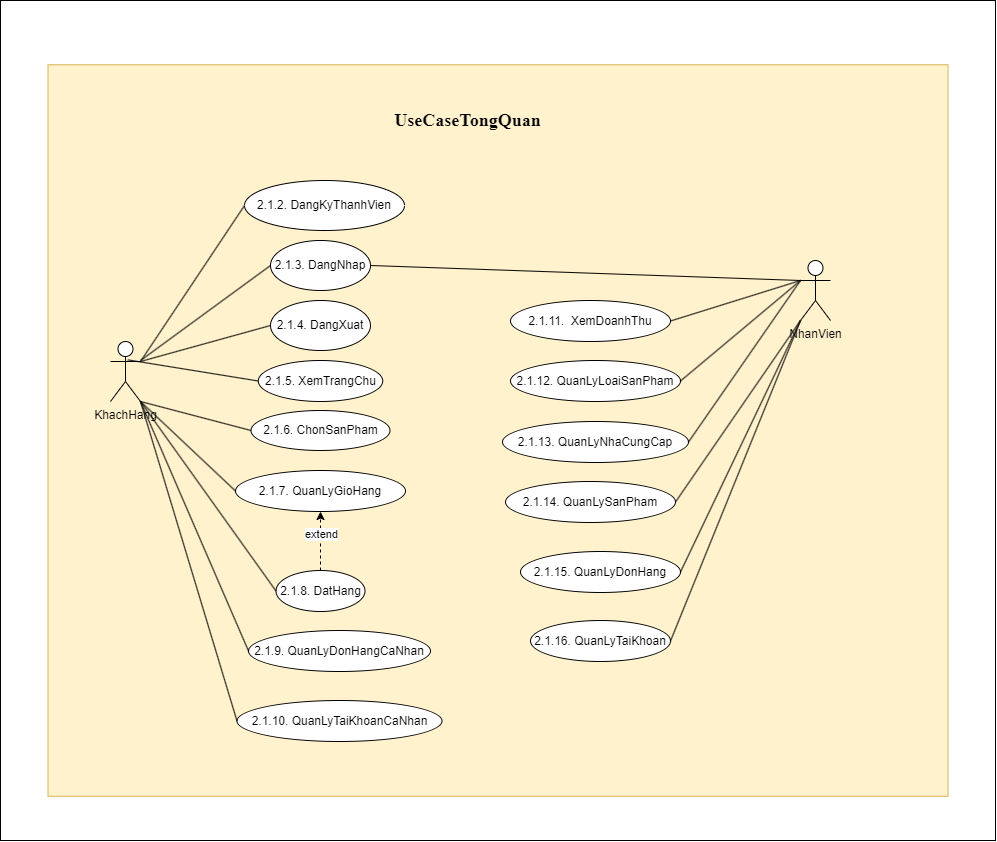
The draw.io diagram design-Vegana/UseCasePNG/UseCaseTongQuan.drawio.png in KhaiHASO/Vegana, before a commit. Source tidied: cells renumbered, new cells last; positions are measured from the earlier drawing's top-left corner, leaving out a move shared by most shapes. Its diagram source:
```xml
<mxGraphModel>
  <root>
    <mxCell id="0" />
    <mxCell id="1" parent="0" />
    <mxCell id="2" style="rounded=0;whiteSpace=wrap;html=1;" parent="1" vertex="1">
      <mxGeometry width="995" height="840" as="geometry" />
    </mxCell>
    <mxCell id="3" style="rounded=0;whiteSpace=wrap;html=1;fillColor=#fff2cc;strokeColor=#d6b656;" parent="1" vertex="1">
      <mxGeometry x="47.5" y="64.2" width="900" height="731.5" as="geometry" />
    </mxCell>
    <mxCell id="4" value="KhachHang" style="shape=umlActor;verticalLabelPosition=bottom;verticalAlign=top;html=1;labelBackgroundColor=none;rounded=0;" parent="1" vertex="1">
      <mxGeometry x="110" y="341" width="30" height="60" as="geometry" />
    </mxCell>
    <mxCell id="5" value="NhanVien" style="shape=umlActor;verticalLabelPosition=bottom;verticalAlign=top;html=1;labelBackgroundColor=none;rounded=0;" parent="1" vertex="1">
      <mxGeometry x="800" y="260" width="30" height="60" as="geometry" />
    </mxCell>
    <mxCell id="6" value="2.1.3. DangNhap" style="ellipse;whiteSpace=wrap;html=1;labelBackgroundColor=none;rounded=0;" parent="1" vertex="1">
      <mxGeometry x="270" y="240" width="100" height="50" as="geometry" />
    </mxCell>
    <mxCell id="7" value="2.1.2. DangKyThanhVien" style="ellipse;whiteSpace=wrap;html=1;labelBackgroundColor=none;rounded=0;" parent="1" vertex="1">
      <mxGeometry x="244" y="180" width="160" height="50" as="geometry" />
    </mxCell>
    <mxCell id="8" style="endArrow=none;html=1;rounded=0;entryX=0;entryY=0.5;entryDx=0;entryDy=0;labelBackgroundColor=none;fontColor=default;" parent="1" edge="1" source="4" target="6">
      <mxGeometry relative="1" as="geometry" />
    </mxCell>
    <mxCell id="9" value="2.1.9. QuanLyDonHangCaNhan" style="ellipse;whiteSpace=wrap;html=1;direction=west;flipH=1;flipV=1;labelBackgroundColor=none;rounded=0;" parent="1" vertex="1">
      <mxGeometry x="248" y="630" width="182" height="41" as="geometry" />
    </mxCell>
    <mxCell id="10" value="2.1.10. QuanLyTaiKhoanCaNhan" style="ellipse;whiteSpace=wrap;html=1;direction=west;flipH=1;flipV=1;labelBackgroundColor=none;rounded=0;" parent="1" vertex="1">
      <mxGeometry x="236.5" y="700" width="205" height="41" as="geometry" />
    </mxCell>
    <mxCell id="11" value="2.1.5. XemTrangChu" style="ellipse;whiteSpace=wrap;html=1;direction=west;flipH=1;flipV=1;labelBackgroundColor=none;rounded=0;" parent="1" vertex="1">
      <mxGeometry x="257.8" y="360" width="124.5" height="41" as="geometry" />
    </mxCell>
    <mxCell id="12" value="2.1.6. ChonSanPham" style="ellipse;whiteSpace=wrap;html=1;direction=west;flipH=1;flipV=1;labelBackgroundColor=none;rounded=0;" parent="1" vertex="1">
      <mxGeometry x="250.5" y="410" width="139" height="40" as="geometry" />
    </mxCell>
    <mxCell id="13" style="edgeStyle=orthogonalEdgeStyle;rounded=0;jettySize=auto;html=1;exitX=0.5;exitY=1;exitDx=0;exitDy=0;entryX=0.5;entryY=0;entryDx=0;entryDy=0;dashed=1;" parent="1" edge="1" source="15" target="16">
      <mxGeometry relative="1" as="geometry" />
    </mxCell>
    <mxCell id="14" value="extend" style="edgeLabel;html=1;align=center;verticalAlign=middle;" parent="13" vertex="1">
      <mxGeometry x="0.24" relative="1" as="geometry" />
    </mxCell>
    <mxCell id="15" value="2.1.8. DatHang" style="ellipse;whiteSpace=wrap;html=1;direction=west;flipH=1;flipV=1;labelBackgroundColor=none;rounded=0;" parent="1" vertex="1">
      <mxGeometry x="275.5" y="570" width="89" height="41" as="geometry" />
    </mxCell>
    <mxCell id="16" value="2.1.7. QuanLyGioHang" style="ellipse;whiteSpace=wrap;html=1;direction=west;flipH=1;flipV=1;labelBackgroundColor=none;rounded=0;" parent="1" vertex="1">
      <mxGeometry x="235" y="470" width="170" height="41" as="geometry" />
    </mxCell>
    <mxCell id="17" value="2.1.12. QuanLyLoaiSanPham" style="ellipse;whiteSpace=wrap;html=1;direction=west;flipH=1;flipV=1;labelBackgroundColor=none;rounded=0;" parent="1" vertex="1">
      <mxGeometry x="510" y="360" width="170" height="41" as="geometry" />
    </mxCell>
    <mxCell id="18" value="2.1.13. QuanLyNhaCungCap" style="ellipse;whiteSpace=wrap;html=1;direction=west;flipH=1;flipV=1;labelBackgroundColor=none;rounded=0;" parent="1" vertex="1">
      <mxGeometry x="502" y="421" width="186" height="41" as="geometry" />
    </mxCell>
    <mxCell id="19" value="2.1.14. QuanLySanPham" style="ellipse;whiteSpace=wrap;html=1;direction=west;flipH=1;flipV=1;labelBackgroundColor=none;rounded=0;" parent="1" vertex="1">
      <mxGeometry x="505" y="481" width="170" height="41" as="geometry" />
    </mxCell>
    <mxCell id="20" value="2.1.15. QuanLyDonHang" style="ellipse;whiteSpace=wrap;html=1;direction=west;flipH=1;flipV=1;labelBackgroundColor=none;rounded=0;" parent="1" vertex="1">
      <mxGeometry x="520" y="551" width="160" height="41" as="geometry" />
    </mxCell>
    <mxCell id="21" value="2.1.16. QuanLyTaiKhoan" style="ellipse;whiteSpace=wrap;html=1;direction=west;flipH=1;flipV=1;labelBackgroundColor=none;rounded=0;" parent="1" vertex="1">
      <mxGeometry x="530" y="620" width="140" height="41" as="geometry" />
    </mxCell>
    <mxCell id="22" value="&lt;font face=&quot;Times New Roman&quot; size=&quot;1&quot; style=&quot;&quot;&gt;&lt;b style=&quot;font-size: 18px;&quot;&gt;UseCaseTongQuan&lt;/b&gt;&lt;/font&gt;" style="text;html=1;align=center;verticalAlign=middle;strokeColor=none;fillColor=none;labelBackgroundColor=none;rounded=0;" parent="1" vertex="1">
      <mxGeometry x="382.2" y="100" width="170" height="40" as="geometry" />
    </mxCell>
    <mxCell id="23" value="2.1.4. DangXuat" style="ellipse;whiteSpace=wrap;html=1;labelBackgroundColor=none;rounded=0;" parent="1" vertex="1">
      <mxGeometry x="270" y="300" width="100" height="50" as="geometry" />
    </mxCell>
    <mxCell id="24" value="2.1.11.&amp;nbsp; XemDoanhThu" style="ellipse;whiteSpace=wrap;html=1;direction=west;flipH=1;flipV=1;labelBackgroundColor=none;rounded=0;" parent="1" vertex="1">
      <mxGeometry x="510" y="300" width="160" height="41" as="geometry" />
    </mxCell>
    <mxCell id="25" style="endArrow=none;html=1;rounded=0;entryX=0;entryY=0.3333333333333333;entryDx=0;entryDy=0;entryPerimeter=0;exitX=1;exitY=0.5;exitDx=0;exitDy=0;" parent="1" edge="1" source="6" target="5">
      <mxGeometry relative="1" as="geometry" />
    </mxCell>
    <mxCell id="26" style="endArrow=none;html=1;rounded=0;entryX=0;entryY=0.5;entryDx=0;entryDy=0;exitX=1;exitY=0.3333333333333333;exitDx=0;exitDy=0;exitPerimeter=0;" parent="1" edge="1" source="4" target="23">
      <mxGeometry relative="1" as="geometry" />
    </mxCell>
    <mxCell id="27" style="endArrow=none;html=1;rounded=0;entryX=0;entryY=0.5;entryDx=0;entryDy=0;exitX=1;exitY=0.3333333333333333;exitDx=0;exitDy=0;exitPerimeter=0;" parent="1" edge="1" source="4" target="7">
      <mxGeometry relative="1" as="geometry" />
    </mxCell>
    <mxCell id="28" style="endArrow=none;html=1;rounded=0;entryX=1;entryY=0.5;entryDx=0;entryDy=0;exitX=0.575;exitY=0.306;exitDx=0;exitDy=0;exitPerimeter=0;" parent="1" edge="1" source="4" target="11">
      <mxGeometry relative="1" as="geometry" />
    </mxCell>
    <mxCell id="29" style="endArrow=none;html=1;rounded=0;entryX=1;entryY=0.5;entryDx=0;entryDy=0;exitX=1;exitY=1;exitDx=0;exitDy=0;exitPerimeter=0;" parent="1" edge="1" source="4" target="12">
      <mxGeometry relative="1" as="geometry" />
    </mxCell>
    <mxCell id="30" style="endArrow=none;html=1;rounded=0;entryX=1;entryY=0.5;entryDx=0;entryDy=0;exitX=1;exitY=1;exitDx=0;exitDy=0;exitPerimeter=0;" parent="1" edge="1" source="4" target="16">
      <mxGeometry relative="1" as="geometry" />
    </mxCell>
    <mxCell id="31" style="endArrow=none;html=1;rounded=0;entryX=1;entryY=0.5;entryDx=0;entryDy=0;exitX=1;exitY=1;exitDx=0;exitDy=0;exitPerimeter=0;" parent="1" edge="1" source="4" target="15">
      <mxGeometry relative="1" as="geometry" />
    </mxCell>
    <mxCell id="32" style="endArrow=none;html=1;rounded=0;entryX=1;entryY=0.5;entryDx=0;entryDy=0;exitX=1;exitY=1;exitDx=0;exitDy=0;exitPerimeter=0;" parent="1" edge="1" source="4" target="9">
      <mxGeometry relative="1" as="geometry" />
    </mxCell>
    <mxCell id="33" style="endArrow=none;html=1;rounded=0;entryX=1;entryY=0.5;entryDx=0;entryDy=0;exitX=1;exitY=1;exitDx=0;exitDy=0;exitPerimeter=0;" parent="1" edge="1" source="4" target="10">
      <mxGeometry relative="1" as="geometry" />
    </mxCell>
    <mxCell id="34" style="endArrow=none;html=1;rounded=0;entryX=0;entryY=0.3333333333333333;entryDx=0;entryDy=0;entryPerimeter=0;exitX=0;exitY=0.5;exitDx=0;exitDy=0;" parent="1" edge="1" source="24" target="5">
      <mxGeometry relative="1" as="geometry" />
    </mxCell>
    <mxCell id="35" style="endArrow=none;html=1;rounded=0;entryX=0;entryY=0.3333333333333333;entryDx=0;entryDy=0;entryPerimeter=0;exitX=0;exitY=0.5;exitDx=0;exitDy=0;" parent="1" edge="1" source="17" target="5">
      <mxGeometry relative="1" as="geometry" />
    </mxCell>
    <mxCell id="36" style="endArrow=none;html=1;rounded=0;entryX=0;entryY=0.3333333333333333;entryDx=0;entryDy=0;entryPerimeter=0;exitX=0;exitY=0.5;exitDx=0;exitDy=0;" parent="1" edge="1" source="18" target="5">
      <mxGeometry relative="1" as="geometry" />
    </mxCell>
    <mxCell id="37" style="endArrow=none;html=1;rounded=0;entryX=0;entryY=1;entryDx=0;entryDy=0;entryPerimeter=0;exitX=0;exitY=0.5;exitDx=0;exitDy=0;" parent="1" edge="1" source="19" target="5">
      <mxGeometry relative="1" as="geometry" />
    </mxCell>
    <mxCell id="38" style="endArrow=none;html=1;rounded=0;entryX=0;entryY=1;entryDx=0;entryDy=0;entryPerimeter=0;exitX=0;exitY=0.5;exitDx=0;exitDy=0;" parent="1" edge="1" source="20" target="5">
      <mxGeometry relative="1" as="geometry" />
    </mxCell>
    <mxCell id="39" style="endArrow=none;html=1;rounded=0;entryX=0;entryY=1;entryDx=0;entryDy=0;entryPerimeter=0;exitX=0;exitY=0.5;exitDx=0;exitDy=0;" parent="1" edge="1" source="21" target="5">
      <mxGeometry relative="1" as="geometry" />
    </mxCell>
  </root>
</mxGraphModel>
```
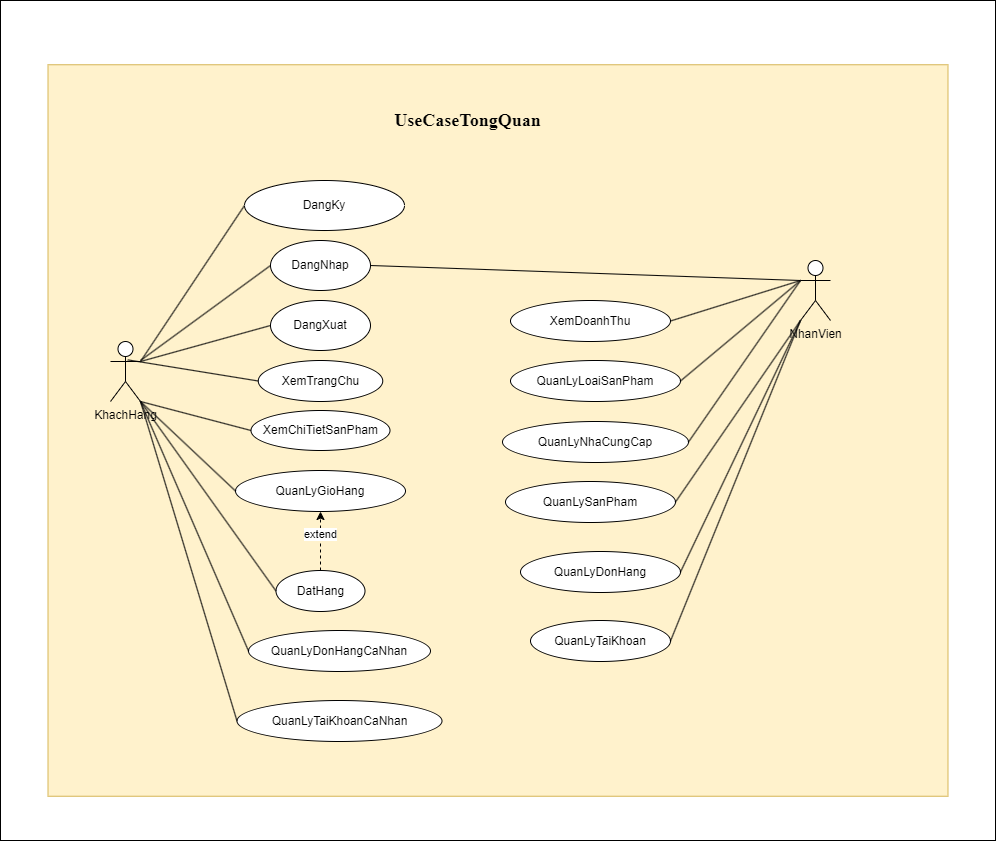
The same diagram one commit later.

Change to the diagram source:
```diff
@@ -14,25 +14,25 @@
     <mxCell id="5" value="NhanVien" style="shape=umlActor;verticalLabelPosition=bottom;verticalAlign=top;html=1;labelBackgroundColor=none;rounded=0;" parent="1" vertex="1">
       <mxGeometry x="800" y="260" width="30" height="60" as="geometry" />
     </mxCell>
-    <mxCell id="6" value="2.1.3. DangNhap" style="ellipse;whiteSpace=wrap;html=1;labelBackgroundColor=none;rounded=0;" parent="1" vertex="1">
+    <mxCell id="6" value="DangNhap" style="ellipse;whiteSpace=wrap;html=1;labelBackgroundColor=none;rounded=0;" parent="1" vertex="1">
       <mxGeometry x="270" y="240" width="100" height="50" as="geometry" />
     </mxCell>
-    <mxCell id="7" value="2.1.2. DangKyThanhVien" style="ellipse;whiteSpace=wrap;html=1;labelBackgroundColor=none;rounded=0;" parent="1" vertex="1">
+    <mxCell id="7" value="DangKy" style="ellipse;whiteSpace=wrap;html=1;labelBackgroundColor=none;rounded=0;" parent="1" vertex="1">
       <mxGeometry x="244" y="180" width="160" height="50" as="geometry" />
     </mxCell>
     <mxCell id="8" style="endArrow=none;html=1;rounded=0;entryX=0;entryY=0.5;entryDx=0;entryDy=0;labelBackgroundColor=none;fontColor=default;" parent="1" edge="1" source="4" target="6">
       <mxGeometry relative="1" as="geometry" />
     </mxCell>
-    <mxCell id="9" value="2.1.9. QuanLyDonHangCaNhan" style="ellipse;whiteSpace=wrap;html=1;direction=west;flipH=1;flipV=1;labelBackgroundColor=none;rounded=0;" parent="1" vertex="1">
+    <mxCell id="9" value="QuanLyDonHangCaNhan" style="ellipse;whiteSpace=wrap;html=1;direction=west;flipH=1;flipV=1;labelBackgroundColor=none;rounded=0;" parent="1" vertex="1">
       <mxGeometry x="248" y="630" width="182" height="41" as="geometry" />
     </mxCell>
-    <mxCell id="10" value="2.1.10. QuanLyTaiKhoanCaNhan" style="ellipse;whiteSpace=wrap;html=1;direction=west;flipH=1;flipV=1;labelBackgroundColor=none;rounded=0;" parent="1" vertex="1">
+    <mxCell id="10" value="QuanLyTaiKhoanCaNhan" style="ellipse;whiteSpace=wrap;html=1;direction=west;flipH=1;flipV=1;labelBackgroundColor=none;rounded=0;" parent="1" vertex="1">
       <mxGeometry x="236.5" y="700" width="205" height="41" as="geometry" />
     </mxCell>
-    <mxCell id="11" value="2.1.5. XemTrangChu" style="ellipse;whiteSpace=wrap;html=1;direction=west;flipH=1;flipV=1;labelBackgroundColor=none;rounded=0;" parent="1" vertex="1">
+    <mxCell id="11" value="XemTrangChu" style="ellipse;whiteSpace=wrap;html=1;direction=west;flipH=1;flipV=1;labelBackgroundColor=none;rounded=0;" parent="1" vertex="1">
       <mxGeometry x="257.8" y="360" width="124.5" height="41" as="geometry" />
     </mxCell>
-    <mxCell id="12" value="2.1.6. ChonSanPham" style="ellipse;whiteSpace=wrap;html=1;direction=west;flipH=1;flipV=1;labelBackgroundColor=none;rounded=0;" parent="1" vertex="1">
+    <mxCell id="12" value="XemChiTietSanPham" style="ellipse;whiteSpace=wrap;html=1;direction=west;flipH=1;flipV=1;labelBackgroundColor=none;rounded=0;" parent="1" vertex="1">
       <mxGeometry x="250.5" y="410" width="139" height="40" as="geometry" />
     </mxCell>
     <mxCell id="13" style="edgeStyle=orthogonalEdgeStyle;rounded=0;jettySize=auto;html=1;exitX=0.5;exitY=1;exitDx=0;exitDy=0;entryX=0.5;entryY=0;entryDx=0;entryDy=0;dashed=1;" parent="1" edge="1" source="15" target="16">
@@ -41,34 +41,34 @@
     <mxCell id="14" value="extend" style="edgeLabel;html=1;align=center;verticalAlign=middle;" parent="13" vertex="1">
       <mxGeometry x="0.24" relative="1" as="geometry" />
     </mxCell>
-    <mxCell id="15" value="2.1.8. DatHang" style="ellipse;whiteSpace=wrap;html=1;direction=west;flipH=1;flipV=1;labelBackgroundColor=none;rounded=0;" parent="1" vertex="1">
+    <mxCell id="15" value="DatHang" style="ellipse;whiteSpace=wrap;html=1;direction=west;flipH=1;flipV=1;labelBackgroundColor=none;rounded=0;" parent="1" vertex="1">
       <mxGeometry x="275.5" y="570" width="89" height="41" as="geometry" />
     </mxCell>
-    <mxCell id="16" value="2.1.7. QuanLyGioHang" style="ellipse;whiteSpace=wrap;html=1;direction=west;flipH=1;flipV=1;labelBackgroundColor=none;rounded=0;" parent="1" vertex="1">
+    <mxCell id="16" value="QuanLyGioHang" style="ellipse;whiteSpace=wrap;html=1;direction=west;flipH=1;flipV=1;labelBackgroundColor=none;rounded=0;" parent="1" vertex="1">
       <mxGeometry x="235" y="470" width="170" height="41" as="geometry" />
     </mxCell>
-    <mxCell id="17" value="2.1.12. QuanLyLoaiSanPham" style="ellipse;whiteSpace=wrap;html=1;direction=west;flipH=1;flipV=1;labelBackgroundColor=none;rounded=0;" parent="1" vertex="1">
+    <mxCell id="17" value="QuanLyLoaiSanPham" style="ellipse;whiteSpace=wrap;html=1;direction=west;flipH=1;flipV=1;labelBackgroundColor=none;rounded=0;" parent="1" vertex="1">
       <mxGeometry x="510" y="360" width="170" height="41" as="geometry" />
     </mxCell>
-    <mxCell id="18" value="2.1.13. QuanLyNhaCungCap" style="ellipse;whiteSpace=wrap;html=1;direction=west;flipH=1;flipV=1;labelBackgroundColor=none;rounded=0;" parent="1" vertex="1">
+    <mxCell id="18" value="QuanLyNhaCungCap" style="ellipse;whiteSpace=wrap;html=1;direction=west;flipH=1;flipV=1;labelBackgroundColor=none;rounded=0;" parent="1" vertex="1">
       <mxGeometry x="502" y="421" width="186" height="41" as="geometry" />
     </mxCell>
-    <mxCell id="19" value="2.1.14. QuanLySanPham" style="ellipse;whiteSpace=wrap;html=1;direction=west;flipH=1;flipV=1;labelBackgroundColor=none;rounded=0;" parent="1" vertex="1">
+    <mxCell id="19" value="QuanLySanPham" style="ellipse;whiteSpace=wrap;html=1;direction=west;flipH=1;flipV=1;labelBackgroundColor=none;rounded=0;" parent="1" vertex="1">
       <mxGeometry x="505" y="481" width="170" height="41" as="geometry" />
     </mxCell>
-    <mxCell id="20" value="2.1.15. QuanLyDonHang" style="ellipse;whiteSpace=wrap;html=1;direction=west;flipH=1;flipV=1;labelBackgroundColor=none;rounded=0;" parent="1" vertex="1">
+    <mxCell id="20" value="QuanLyDonHang" style="ellipse;whiteSpace=wrap;html=1;direction=west;flipH=1;flipV=1;labelBackgroundColor=none;rounded=0;" parent="1" vertex="1">
       <mxGeometry x="520" y="551" width="160" height="41" as="geometry" />
     </mxCell>
-    <mxCell id="21" value="2.1.16. QuanLyTaiKhoan" style="ellipse;whiteSpace=wrap;html=1;direction=west;flipH=1;flipV=1;labelBackgroundColor=none;rounded=0;" parent="1" vertex="1">
+    <mxCell id="21" value="QuanLyTaiKhoan" style="ellipse;whiteSpace=wrap;html=1;direction=west;flipH=1;flipV=1;labelBackgroundColor=none;rounded=0;" parent="1" vertex="1">
       <mxGeometry x="530" y="620" width="140" height="41" as="geometry" />
     </mxCell>
     <mxCell id="22" value="&lt;font face=&quot;Times New Roman&quot; size=&quot;1&quot; style=&quot;&quot;&gt;&lt;b style=&quot;font-size: 18px;&quot;&gt;UseCaseTongQuan&lt;/b&gt;&lt;/font&gt;" style="text;html=1;align=center;verticalAlign=middle;strokeColor=none;fillColor=none;labelBackgroundColor=none;rounded=0;" parent="1" vertex="1">
       <mxGeometry x="382.2" y="100" width="170" height="40" as="geometry" />
     </mxCell>
-    <mxCell id="23" value="2.1.4. DangXuat" style="ellipse;whiteSpace=wrap;html=1;labelBackgroundColor=none;rounded=0;" parent="1" vertex="1">
+    <mxCell id="23" value="DangXuat" style="ellipse;whiteSpace=wrap;html=1;labelBackgroundColor=none;rounded=0;" parent="1" vertex="1">
       <mxGeometry x="270" y="300" width="100" height="50" as="geometry" />
     </mxCell>
-    <mxCell id="24" value="2.1.11.&amp;nbsp; XemDoanhThu" style="ellipse;whiteSpace=wrap;html=1;direction=west;flipH=1;flipV=1;labelBackgroundColor=none;rounded=0;" parent="1" vertex="1">
+    <mxCell id="24" value="XemDoanhThu" style="ellipse;whiteSpace=wrap;html=1;direction=west;flipH=1;flipV=1;labelBackgroundColor=none;rounded=0;" parent="1" vertex="1">
       <mxGeometry x="510" y="300" width="160" height="41" as="geometry" />
     </mxCell>
     <mxCell id="25" style="endArrow=none;html=1;rounded=0;entryX=0;entryY=0.3333333333333333;entryDx=0;entryDy=0;entryPerimeter=0;exitX=1;exitY=0.5;exitDx=0;exitDy=0;" parent="1" edge="1" source="6" target="5">
```
